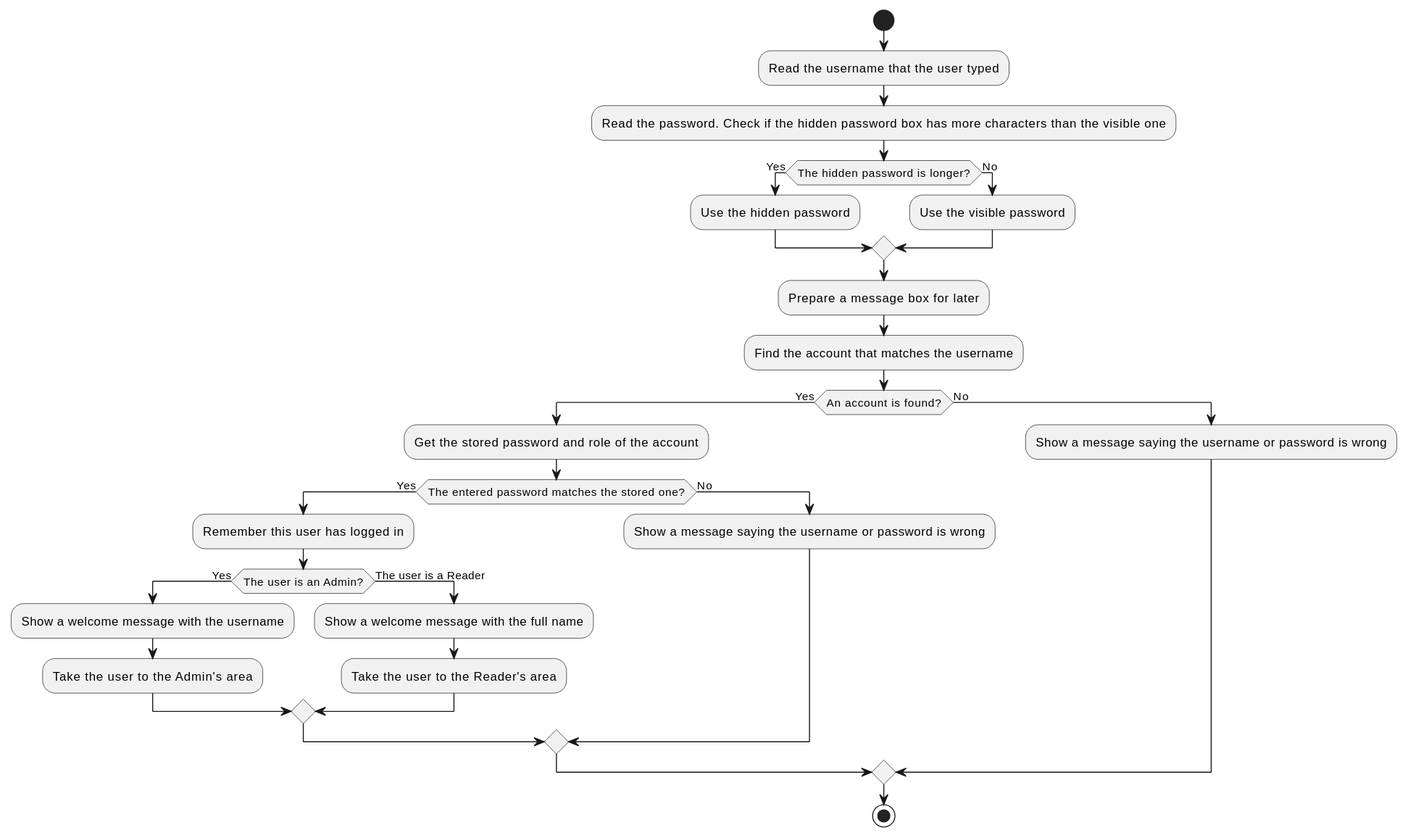
The PlantUML diagram docs/design/LoginDataFLow.svg in viettq1997/library-management-system, before a commit. The source it was exported from:
```plantuml
@startuml
start
:Read the username that the user typed;
:Read the password. Check if the hidden password box has more characters than the visible one;

if (The hidden password is longer?) then (Yes)
    :Use the hidden password;
else (No)
    :Use the visible password;
endif

:Prepare a message box for later;
:Find the account that matches the username;

if (An account is found?) then (Yes)
    :Get the stored password and role of the account;
    if (The entered password matches the stored one?) then (Yes)
        :Remember this user has logged in;

        if (The user is an Admin?) then (Yes)
            :Show a welcome message with the username;
            :Take the user to the Admin's area;
        else (The user is a Reader)
            :Show a welcome message with the full name;
            :Take the user to the Reader's area;
        endif
    else (No)
        :Show a message saying the username or password is wrong;
    endif
else (No)
    :Show a message saying the username or password is wrong;
endif

stop
@enduml
```
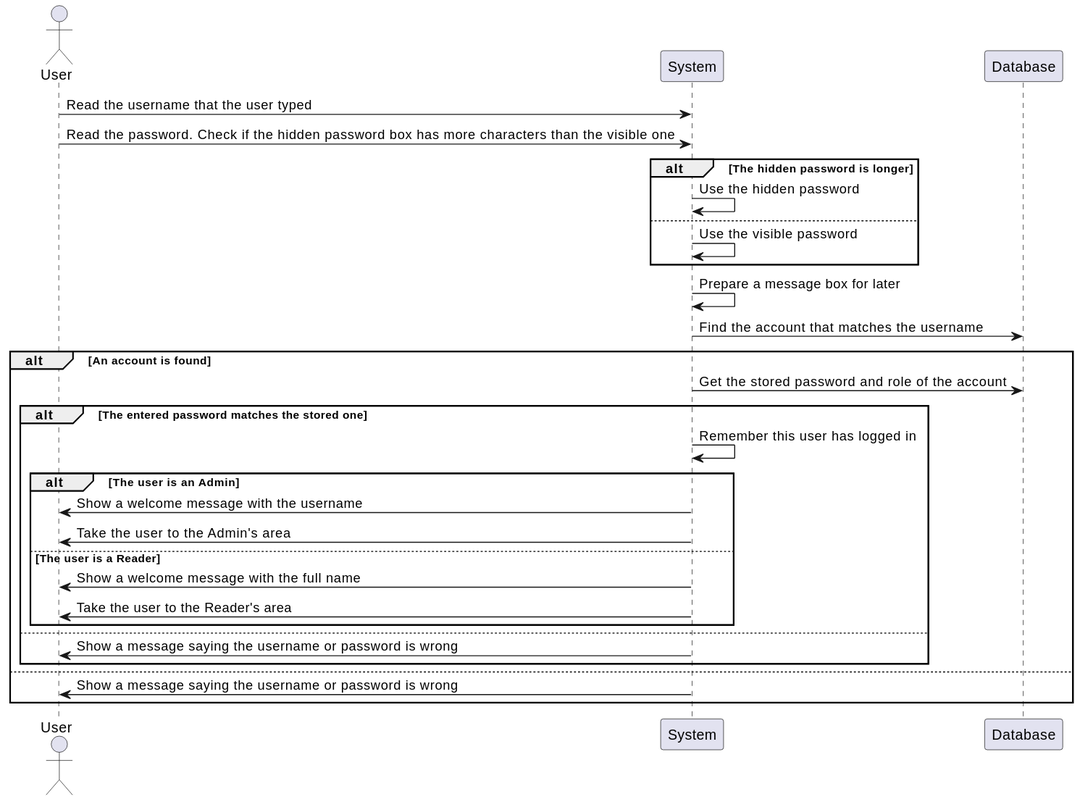
The same file after the commit.

Commit message:
main: change flow chart diagram to sequence diagram

Diff of the diagram source:
```diff
@@ -1,35 +1,35 @@
 @startuml
-start
-:Read the username that the user typed;
-:Read the password. Check if the hidden password box has more characters than the visible one;
+actor User
+participant "System" as System
+participant "Database" as DB
 
-if (The hidden password is longer?) then (Yes)
-    :Use the hidden password;
-else (No)
-    :Use the visible password;
-endif
+User -> System: Read the username that the user typed
+User -> System: Read the password. Check if the hidden password box has more characters than the visible one
 
-:Prepare a message box for later;
-:Find the account that matches the username;
+alt The hidden password is longer
+  System -> System: Use the hidden password
+else
+  System -> System: Use the visible password
+end
 
-if (An account is found?) then (Yes)
-    :Get the stored password and role of the account;
-    if (The entered password matches the stored one?) then (Yes)
-        :Remember this user has logged in;
+System -> System: Prepare a message box for later
+System -> DB: Find the account that matches the username
 
-        if (The user is an Admin?) then (Yes)
-            :Show a welcome message with the username;
-            :Take the user to the Admin's area;
-        else (The user is a Reader)
-            :Show a welcome message with the full name;
-            :Take the user to the Reader's area;
-        endif
-    else (No)
-        :Show a message saying the username or password is wrong;
-    endif
-else (No)
-    :Show a message saying the username or password is wrong;
-endif
-
-stop
+alt An account is found
+  System -> DB: Get the stored password and role of the account
+  alt The entered password matches the stored one
+    System -> System: Remember this user has logged in
+    alt The user is an Admin
+      System -> User: Show a welcome message with the username
+      System -> User: Take the user to the Admin's area
+    else The user is a Reader
+      System -> User: Show a welcome message with the full name
+      System -> User: Take the user to the Reader's area
+    end
+  else
+    System -> User: Show a message saying the username or password is wrong
+  end
+else
+  System -> User: Show a message saying the username or password is wrong
+end
 @enduml
```
